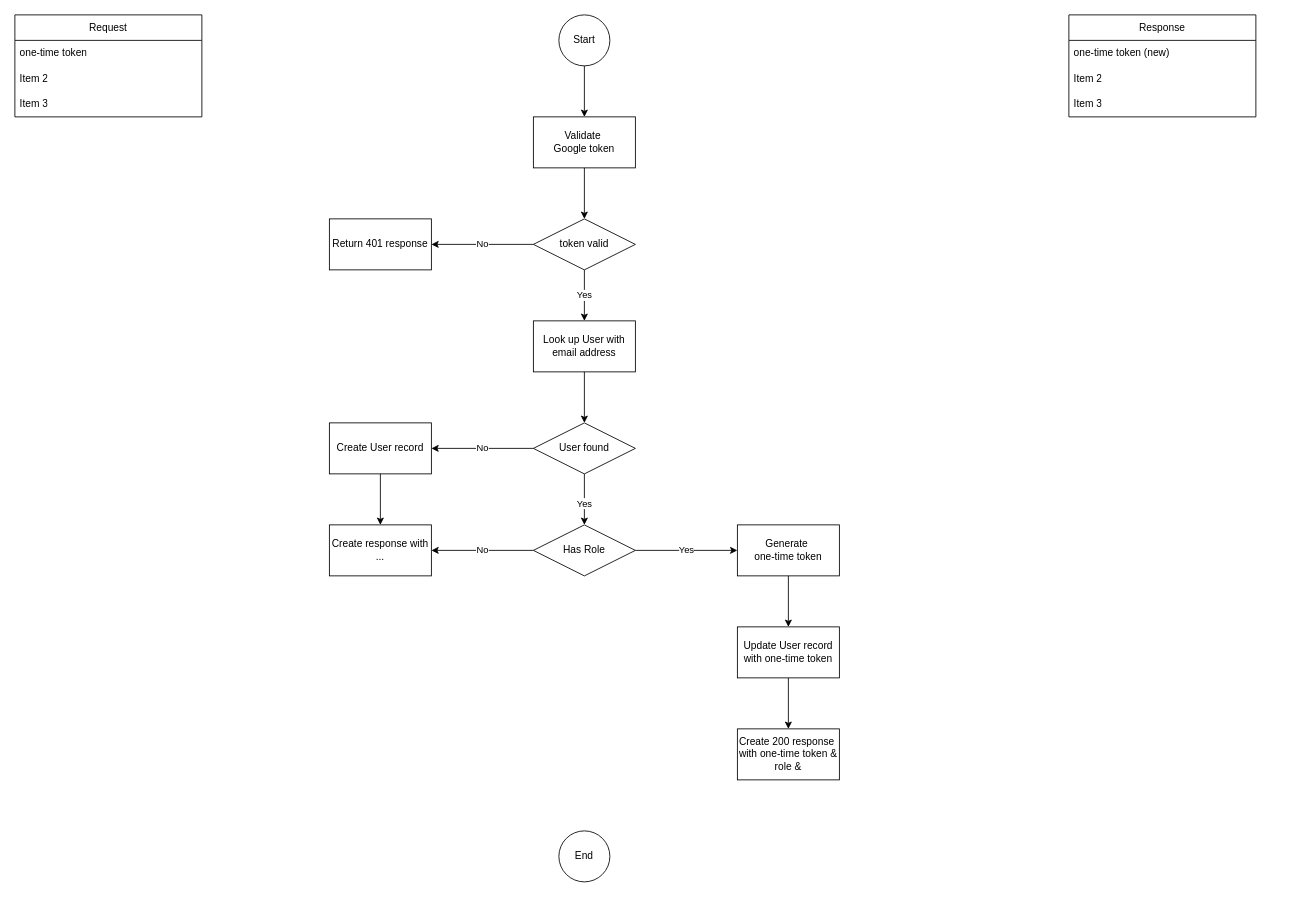
This is page "api/crud" (2 of 3) of logging/Secure implementations.drawio from danieldotskc/helloworld, a draw.io file, before an edit. Source tidied: cells renumbered, new cells numbered last; positions are measured from the earlier drawing's top-left corner, leaving out a move shared by most shapes. Both pictures are drawn from the tidied source at 85%, with x=0, y=0 at pixel (14, 14).
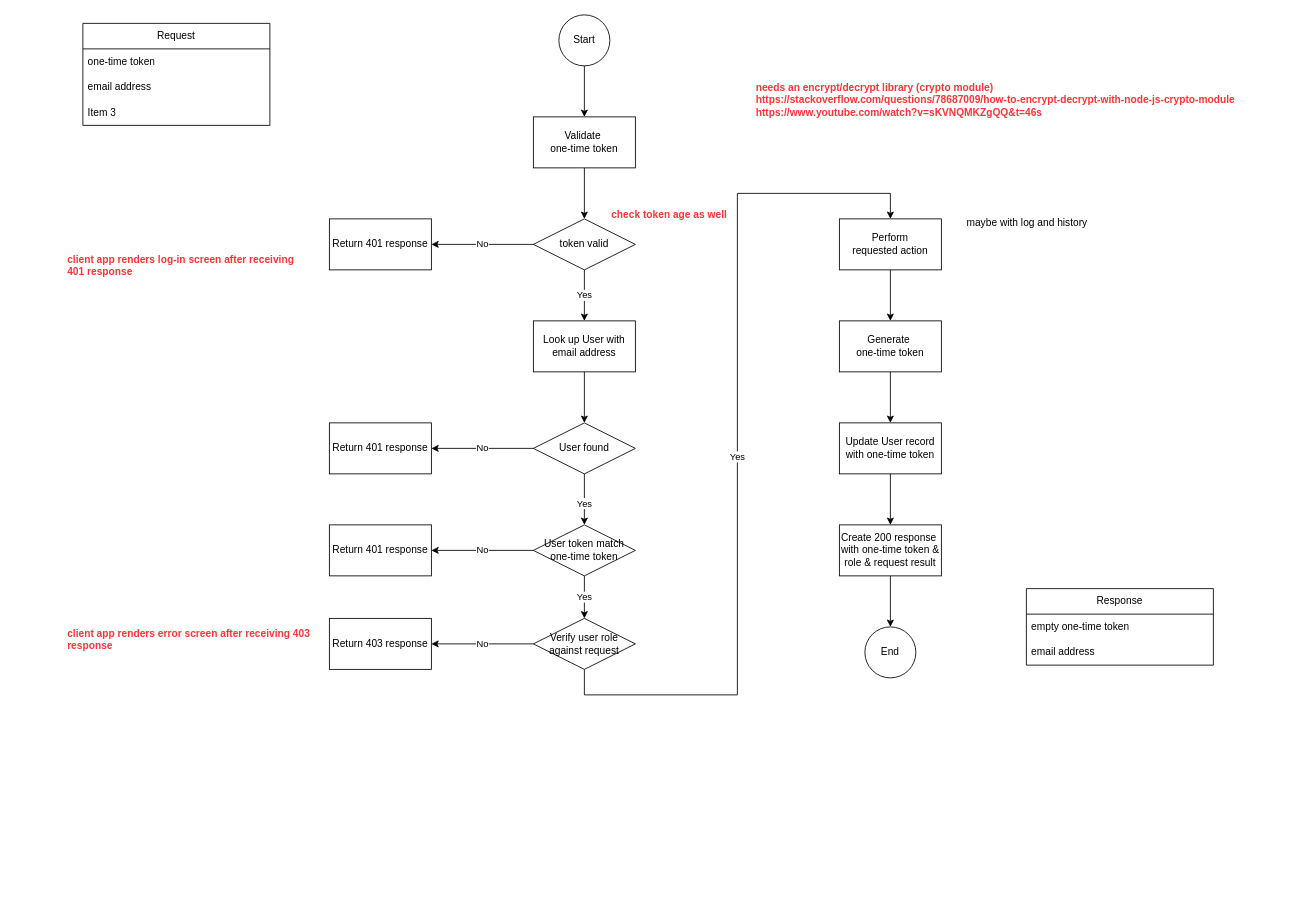
The same page after the edit.

Change to the diagram source:
```diff
@@
-    <mxCell id="5" value="Create User record" style="rounded=0;whiteSpace=wrap;html=1;" parent="1" vertex="1">
+    <mxCell id="5" value="Return 401 response" style="rounded=0;whiteSpace=wrap;html=1;" parent="1" vertex="1">
       <mxGeometry x="370" y="480" width="120" height="60" as="geometry" />
     </mxCell>
@@
-    <mxCell id="8" value="Has Role" style="shape=rhombus;perimeter=rhombusPerimeter;whiteSpace=wrap;html=1;align=center;" parent="1" vertex="1">
+    <mxCell id="8" value="User token match one-time token" style="shape=rhombus;perimeter=rhombusPerimeter;whiteSpace=wrap;html=1;align=center;" parent="1" vertex="1">
       <mxGeometry x="610" y="600" width="120" height="60" as="geometry" />
     </mxCell>
@@
-    <mxCell id="10" value="Yes" style="endArrow=classic;html=1;rounded=0;exitX=1;exitY=0.5;exitDx=0;exitDy=0;entryX=0;entryY=0.5;entryDx=0;entryDy=0;" parent="1" edge="1" source="8" target="12">
+    <mxCell id="10" value="Yes" style="endArrow=classic;html=1;rounded=0;exitX=0.5;exitY=1;exitDx=0;exitDy=0;entryX=0.5;entryY=0;entryDx=0;entryDy=0;" parent="1" edge="1" source="8" target="35">
       <mxGeometry relative="1" as="geometry" />
     </mxCell>
-    <mxCell id="11" value="Create response with&lt;div&gt;...&lt;/div&gt;" style="rounded=0;whiteSpace=wrap;html=1;" parent="1" vertex="1">
+    <mxCell id="11" value="Return 401 response" style="rounded=0;whiteSpace=wrap;html=1;" parent="1" vertex="1">
       <mxGeometry x="370" y="600" width="120" height="60" as="geometry" />
     </mxCell>
-    <mxCell id="12" value="Generate&amp;nbsp;&lt;div&gt;one-time token&lt;/div&gt;" style="rounded=0;whiteSpace=wrap;html=1;" parent="1" vertex="1">
-      <mxGeometry x="850" y="600" width="120" height="60" as="geometry" />
-    </mxCell>
-    <mxCell id="13" style="edgeStyle=orthogonalEdgeStyle;rounded=0;jettySize=auto;html=1;" parent="1" edge="1" source="14" target="26">
-      <mxGeometry relative="1" as="geometry" />
-    </mxCell>
-    <mxCell id="14" value="Update User record with one-time token" style="rounded=0;whiteSpace=wrap;html=1;" parent="1" vertex="1">
-      <mxGeometry x="850" y="720" width="120" height="60" as="geometry" />
-    </mxCell>
-    <mxCell id="15" style="endArrow=classic;html=1;rounded=0;exitX=0.5;exitY=1;exitDx=0;exitDy=0;entryX=0.5;entryY=0;entryDx=0;entryDy=0;" parent="1" edge="1" source="12" target="14">
-      <mxGeometry relative="1" as="geometry" />
-    </mxCell>
     <mxCell id="16" value="End" style="ellipse;whiteSpace=wrap;html=1;shapeInside=1;" parent="1" vertex="1">
-      <mxGeometry x="640" y="960" width="60" height="60" as="geometry" />
+      <mxGeometry x="1000" y="720" width="60" height="60" as="geometry" />
     </mxCell>
@@
-    <mxCell id="18" value="Validate&amp;nbsp;&lt;div&gt;Google token&lt;/div&gt;" style="whiteSpace=wrap;html=1;align=center;" parent="1" vertex="1">
+    <mxCell id="18" value="Validate&amp;nbsp;&lt;div&gt;one-time token&lt;/div&gt;" style="whiteSpace=wrap;html=1;align=center;" parent="1" vertex="1">
       <mxGeometry x="610" y="120" width="120" height="60" as="geometry" />
     </mxCell>
@@
-    <mxCell id="25" style="endArrow=classic;html=1;rounded=0;exitX=0.5;exitY=1;exitDx=0;exitDy=0;entryX=0.5;entryY=0;entryDx=0;entryDy=0;" parent="1" edge="1" source="5" target="11">
-      <mxGeometry relative="1" as="geometry" />
-    </mxCell>
-    <mxCell id="26" value="Create 200 response&amp;nbsp;&lt;div&gt;with one-time &lt;span style=&quot;background-color: transparent; color: light-dark(rgb(0, 0, 0), rgb(255, 255, 255));&quot;&gt;token &amp;amp; role &amp;amp;&lt;/span&gt;&lt;/div&gt;" style="whiteSpace=wrap;html=1;rounded=0;" parent="1" vertex="1">
-      <mxGeometry x="850" y="840" width="120" height="60" as="geometry" />
-    </mxCell>
     <mxCell id="27" value="Request" style="swimlane;fontStyle=0;horizontal=1;startSize=30;whiteSpace=wrap;html=1;" parent="1" vertex="1">
-      <mxGeometry width="220" height="120" as="geometry" />
+      <mxGeometry x="80" y="10" width="220" height="120" as="geometry" />
     </mxCell>
@@
-    <mxCell id="29" value="Item 2" style="text;strokeColor=none;fillColor=none;align=left;verticalAlign=middle;spacingLeft=4;spacingRight=4;overflow=hidden;whiteSpace=wrap;html=1;" parent="27" vertex="1">
+    <mxCell id="29" value="email address" style="text;strokeColor=none;fillColor=none;align=left;verticalAlign=middle;spacingLeft=4;spacingRight=4;overflow=hidden;whiteSpace=wrap;html=1;" parent="27" vertex="1">
       <mxGeometry y="60" width="220" height="30" as="geometry" />
     </mxCell>
@@
     <mxCell id="31" value="Response" style="swimlane;fontStyle=0;horizontal=1;startSize=30;whiteSpace=wrap;html=1;" parent="1" vertex="1">
-      <mxGeometry x="1240" width="220" height="120" as="geometry" />
+      <mxGeometry x="1190" y="675" width="220" height="90" as="geometry" />
     </mxCell>
-    <mxCell id="32" value="one-time token (new)" style="text;strokeColor=none;fillColor=none;align=left;verticalAlign=middle;spacingLeft=4;spacingRight=4;overflow=hidden;whiteSpace=wrap;html=1;" parent="31" vertex="1">
+    <mxCell id="32" value="empty one-time token" style="text;strokeColor=none;fillColor=none;align=left;verticalAlign=middle;spacingLeft=4;spacingRight=4;overflow=hidden;whiteSpace=wrap;html=1;" parent="31" vertex="1">
       <mxGeometry y="30" width="220" height="30" as="geometry" />
     </mxCell>
-    <mxCell id="33" value="Item 2" style="text;strokeColor=none;fillColor=none;align=left;verticalAlign=middle;spacingLeft=4;spacingRight=4;overflow=hidden;whiteSpace=wrap;html=1;" parent="31" vertex="1">
+    <mxCell id="33" value="email address" style="text;strokeColor=none;fillColor=none;align=left;verticalAlign=middle;spacingLeft=4;spacingRight=4;overflow=hidden;whiteSpace=wrap;html=1;" parent="31" vertex="1">
       <mxGeometry y="60" width="220" height="30" as="geometry" />
     </mxCell>
-    <mxCell id="34" value="Item 3" style="text;strokeColor=none;fillColor=none;align=left;verticalAlign=middle;spacingLeft=4;spacingRight=4;overflow=hidden;whiteSpace=wrap;html=1;" parent="31" vertex="1">
-      <mxGeometry y="90" width="220" height="30" as="geometry" />
-    </mxCell>
+    <mxCell id="35" value="Verify user role against request" style="shape=rhombus;perimeter=rhombusPerimeter;whiteSpace=wrap;html=1;align=center;" parent="1" vertex="1">
+      <mxGeometry x="610" y="710" width="120" height="60" as="geometry" />
+    </mxCell>
+    <mxCell id="36" value="Yes" style="endArrow=classic;html=1;rounded=0;exitX=0.5;exitY=1;exitDx=0;exitDy=0;entryX=0.5;entryY=0;entryDx=0;entryDy=0;" parent="1" edge="1" source="35" target="41">
+      <mxGeometry x="-0.03" relative="1" as="geometry">
+        <Array as="points">
+          <mxPoint x="670" y="800" />
+          <mxPoint x="850" y="800" />
+          <mxPoint x="850" y="210" />
+          <mxPoint x="1030" y="210" />
+        </Array>
+      </mxGeometry>
+    </mxCell>
+    <mxCell id="37" value="&lt;b style=&quot;color: rgb(255, 51, 51);&quot;&gt;check token age as well&lt;/b&gt;" style="text;html=1;whiteSpace=wrap;strokeColor=none;fillColor=none;align=left;verticalAlign=middle;rounded=0;" parent="1" vertex="1">
+      <mxGeometry x="700" y="220" width="180" height="30" as="geometry" />
+    </mxCell>
+    <mxCell id="38" value="&lt;b style=&quot;color: rgb(255, 51, 51);&quot;&gt;client app renders log-in screen after receiving 401 response&lt;/b&gt;" style="text;html=1;whiteSpace=wrap;strokeColor=none;fillColor=none;align=left;verticalAlign=middle;rounded=0;" parent="1" vertex="1">
+      <mxGeometry x="60" y="280" width="290" height="30" as="geometry" />
+    </mxCell>
+    <mxCell id="39" value="Return 403 response" style="rounded=0;whiteSpace=wrap;html=1;" parent="1" vertex="1">
+      <mxGeometry x="370" y="710" width="120" height="60" as="geometry" />
+    </mxCell>
+    <mxCell id="40" value="No" style="endArrow=classic;html=1;rounded=0;exitX=0;exitY=0.5;exitDx=0;exitDy=0;entryX=1;entryY=0.5;entryDx=0;entryDy=0;" parent="1" edge="1" source="35" target="39">
+      <mxGeometry relative="1" as="geometry" />
+    </mxCell>
+    <mxCell id="41" value="Perform&lt;div&gt;requested action&lt;/div&gt;" style="rounded=0;whiteSpace=wrap;html=1;" parent="1" vertex="1">
+      <mxGeometry x="970" y="240" width="120" height="60" as="geometry" />
+    </mxCell>
+    <mxCell id="12" value="Generate&amp;nbsp;&lt;div&gt;one-time token&lt;/div&gt;" style="rounded=0;whiteSpace=wrap;html=1;" parent="1" vertex="1">
+      <mxGeometry x="970" y="360" width="120" height="60" as="geometry" />
+    </mxCell>
+    <mxCell id="42" style="edgeStyle=orthogonalEdgeStyle;rounded=0;jettySize=auto;html=1;" parent="1" edge="1" source="14" target="43">
+      <mxGeometry relative="1" as="geometry" />
+    </mxCell>
+    <mxCell id="14" value="Update User record with one-time token" style="rounded=0;whiteSpace=wrap;html=1;" parent="1" vertex="1">
+      <mxGeometry x="970" y="480" width="120" height="60" as="geometry" />
+    </mxCell>
+    <mxCell id="15" style="endArrow=classic;html=1;rounded=0;exitX=0.5;exitY=1;exitDx=0;exitDy=0;entryX=0.5;entryY=0;entryDx=0;entryDy=0;" parent="1" edge="1" source="12" target="14">
+      <mxGeometry relative="1" as="geometry" />
+    </mxCell>
+    <mxCell id="43" value="Create 200 response&amp;nbsp;&lt;div&gt;with one-time &lt;span style=&quot;background-color: transparent; color: light-dark(rgb(0, 0, 0), rgb(255, 255, 255));&quot;&gt;token &amp;amp; role &amp;amp; request result&lt;/span&gt;&lt;/div&gt;" style="whiteSpace=wrap;html=1;rounded=0;" parent="1" vertex="1">
+      <mxGeometry x="970" y="600" width="120" height="60" as="geometry" />
+    </mxCell>
+    <mxCell id="44" style="edgeStyle=orthogonalEdgeStyle;rounded=0;jettySize=auto;html=1;entryX=0.5;entryY=0;entryDx=0;entryDy=0;exitX=0.5;exitY=1;exitDx=0;exitDy=0;" parent="1" edge="1" source="41" target="12">
+      <mxGeometry relative="1" as="geometry" />
+    </mxCell>
+    <mxCell id="45" style="edgeStyle=orthogonalEdgeStyle;rounded=0;jettySize=auto;html=1;exitX=0.5;exitY=1;exitDx=0;exitDy=0;entryX=0.5;entryY=0;entryDx=0;entryDy=0;" parent="1" edge="1" source="43" target="16">
+      <mxGeometry relative="1" as="geometry" />
+    </mxCell>
+    <mxCell id="46" value="&lt;b style=&quot;color: rgb(255, 51, 51);&quot;&gt;client app renders error screen after receiving 403 response&lt;/b&gt;" style="text;html=1;whiteSpace=wrap;strokeColor=none;fillColor=none;align=left;verticalAlign=middle;rounded=0;" parent="1" vertex="1">
+      <mxGeometry x="60" y="720" width="290" height="30" as="geometry" />
+    </mxCell>
+    <mxCell id="47" value="&lt;font color=&quot;#ff3333&quot;&gt;&lt;b&gt;needs an encrypt/decrypt library (crypto module)&lt;/b&gt;&lt;/font&gt;&lt;div&gt;&lt;font color=&quot;#ff3333&quot;&gt;&lt;b&gt;https://stackoverflow.com/questions/78687009/how-to-encrypt-decrypt-with-node-js-crypto-module&lt;/b&gt;&lt;/font&gt;&lt;/div&gt;&lt;div&gt;&lt;font color=&quot;#ff3333&quot;&gt;&lt;b&gt;https://www.youtube.com/watch?v=sKVNQMKZgQQ&amp;amp;t=46s&lt;/b&gt;&lt;/font&gt;&lt;/div&gt;" style="text;html=1;whiteSpace=wrap;strokeColor=none;fillColor=none;align=left;verticalAlign=middle;rounded=0;" parent="1" vertex="1">
+      <mxGeometry x="870" y="70" width="628" height="60" as="geometry" />
+    </mxCell>
+    <mxCell id="48" value="maybe with log and history" style="text;html=1;whiteSpace=wrap;strokeColor=none;fillColor=none;align=left;verticalAlign=middle;rounded=0;" parent="1" vertex="1">
+      <mxGeometry x="1118" y="230" width="180" height="30" as="geometry" />
+    </mxCell>
```
